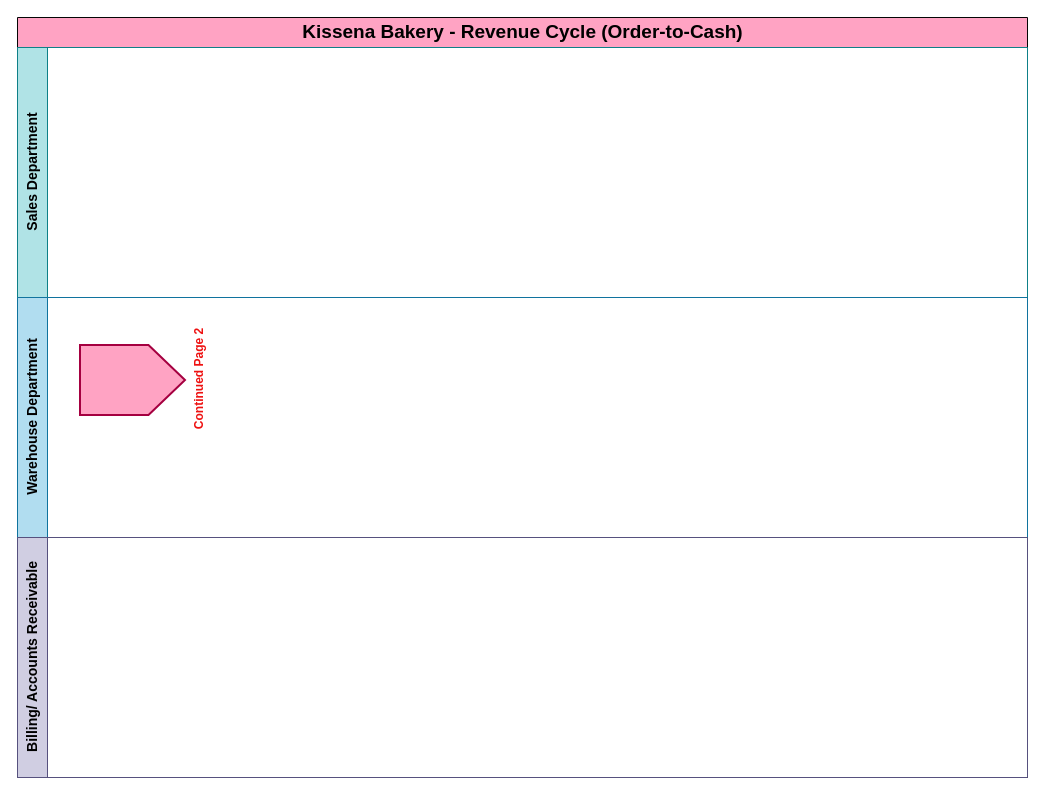
talyasharoni51-a11y/drawio keeps this draw.io diagram as page "Page-2" (2 of 2) of Revenue_Cycle_Controls.drawio. Above is the earlier version. Source tidied: cells renumbered, new cells numbered last; positions are measured from the earlier drawing's top-left corner, leaving out a move shared by most shapes. Both pictures are drawn from the tidied source at 100%, with x=0, y=0 at pixel (17, 17).
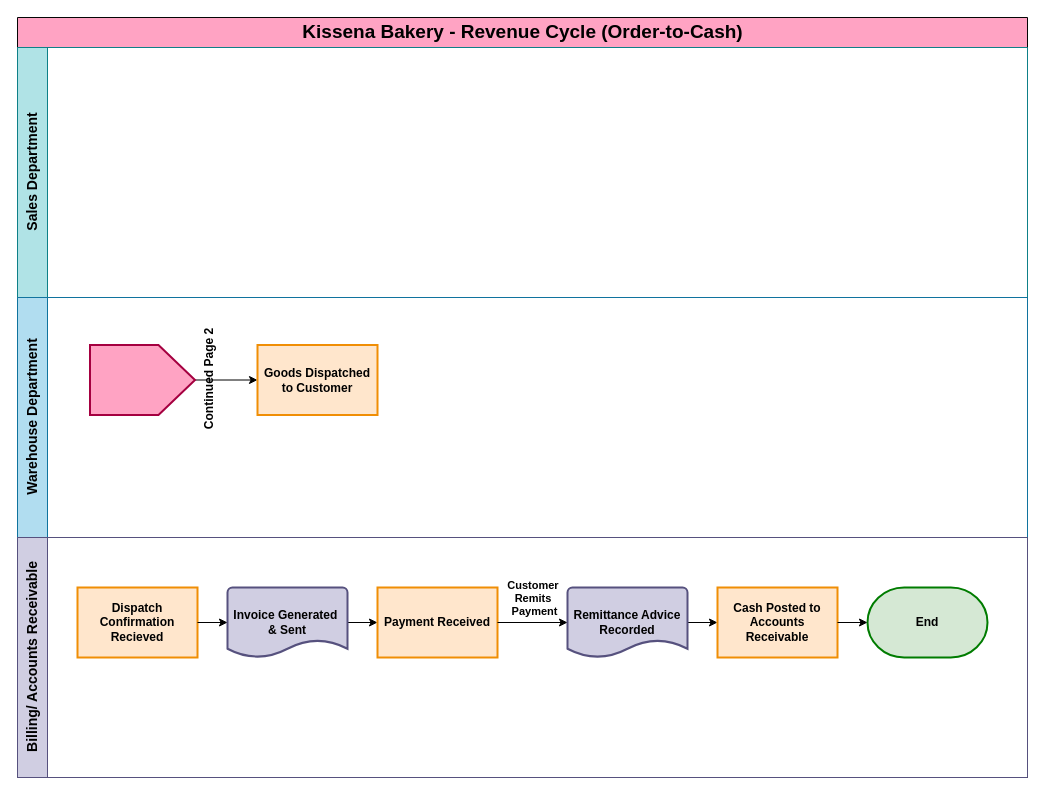
The same page after the edit.

The change refers to these unchanged cells:
```xml
<mxCell id="4" value="&lt;font style=&quot;font-size: 14px;&quot;&gt;Warehouse Department&lt;/font&gt;" style="swimlane;startSize=30;horizontal=0;html=1;fillColor=#b1ddf0;strokeColor=#10739e;" parent="2" vertex="1">
  <mxGeometry y="280" width="1010" height="240" as="geometry" />
</mxCell>
<mxCell id="6" value="&lt;font style=&quot;font-size: 14px;&quot;&gt;Billing/ Accounts Receivable&lt;/font&gt;" style="swimlane;startSize=30;horizontal=0;html=1;fillColor=#d0cee2;strokeColor=#56517e;" parent="2" vertex="1">
  <mxGeometry y="520" width="1010" height="240" as="geometry" />
</mxCell>
```

What changed in the source:
```diff
@@
+    <mxCell id="7" style="edgeStyle=orthogonalEdgeStyle;rounded=0;jettySize=auto;html=1;exitX=0.5;exitY=1;exitDx=0;exitDy=0;entryX=0;entryY=0.5;entryDx=0;entryDy=0;" parent="4" edge="1" source="5" target="8">
+      <mxGeometry relative="1" as="geometry" />
+    </mxCell>
-    <mxCell id="5" value="&lt;b&gt;&lt;font style=&quot;color: light-dark(rgb(238, 17, 17), rgb(237, 237, 237));&quot;&gt;Continued Page 2&lt;/font&gt;&lt;/b&gt;&lt;div&gt;&lt;br&gt;&lt;/div&gt;" style="verticalLabelPosition=bottom;verticalAlign=top;html=1;shape=offPageConnector;rounded=0;size=0.34782608695652173;rotation=-90;fillColor=light-dark(#ffa3c3, #ff90f3);fontColor=#ffffff;strokeColor=#A50040;strokeWidth=2;" parent="4" vertex="1">
-      <mxGeometry x="80" y="30" width="70" height="105" as="geometry" />
+    <mxCell id="5" value="&lt;b&gt;&lt;font style=&quot;color: rgb(0, 0, 0);&quot;&gt;Continued Page 2&lt;/font&gt;&lt;/b&gt;&lt;div&gt;&lt;br&gt;&lt;/div&gt;" style="verticalLabelPosition=bottom;verticalAlign=top;html=1;shape=offPageConnector;rounded=0;size=0.34782608695652173;rotation=-90;fillColor=light-dark(#ffa3c3, #ff90f3);fontColor=#ffffff;strokeColor=#A50040;strokeWidth=2;" parent="4" vertex="1">
+      <mxGeometry x="90" y="30" width="70" height="105" as="geometry" />
     </mxCell>
+    <mxCell id="8" value="&lt;b&gt;Goods Dispatched to Customer&lt;/b&gt;" style="html=1;dashed=0;whiteSpace=wrap;fillColor=#ffe6cc;strokeColor=light-dark(#f08e05, #996500);strokeWidth=2;" parent="4" vertex="1">
+      <mxGeometry x="240" y="47.5" width="120" height="70" as="geometry" />
+    </mxCell>
@@
+    <mxCell id="9" value="&lt;b&gt;Dispatch Confirmation Recieved&lt;/b&gt;" style="html=1;dashed=0;whiteSpace=wrap;fillColor=#ffe6cc;strokeColor=light-dark(#f08e05, #996500);strokeWidth=2;" parent="6" vertex="1">
+      <mxGeometry x="60" y="50" width="120" height="70" as="geometry" />
+    </mxCell>
+    <mxCell id="10" style="edgeStyle=orthogonalEdgeStyle;rounded=0;jettySize=auto;html=1;exitX=1;exitY=0.5;exitDx=0;exitDy=0;exitPerimeter=0;entryX=0;entryY=0.5;entryDx=0;entryDy=0;" parent="6" edge="1" source="11" target="12">
+      <mxGeometry relative="1" as="geometry" />
+    </mxCell>
+    <mxCell id="11" value="&lt;b&gt;Invoice Generated&amp;nbsp;&lt;/b&gt;&lt;div&gt;&lt;b&gt;&amp;amp; Sent&lt;/b&gt;&lt;/div&gt;" style="strokeWidth=2;html=1;shape=mxgraph.flowchart.document2;whiteSpace=wrap;size=0.25;fillColor=#d0cee2;strokeColor=#56517e;" parent="6" vertex="1">
+      <mxGeometry x="210" y="50" width="120" height="70" as="geometry" />
+    </mxCell>
+    <mxCell id="12" value="&lt;b&gt;Payment Received&lt;/b&gt;" style="html=1;dashed=0;whiteSpace=wrap;fillColor=#ffe6cc;strokeColor=light-dark(#f08e05, #996500);strokeWidth=2;" parent="6" vertex="1">
+      <mxGeometry x="360" y="50" width="120" height="70" as="geometry" />
+    </mxCell>
+    <mxCell id="13" style="edgeStyle=orthogonalEdgeStyle;rounded=0;jettySize=auto;html=1;exitX=1;exitY=0.5;exitDx=0;exitDy=0;exitPerimeter=0;entryX=0;entryY=0.5;entryDx=0;entryDy=0;" parent="6" edge="1" source="14" target="18">
+      <mxGeometry relative="1" as="geometry" />
+    </mxCell>
+    <mxCell id="14" value="&lt;b&gt;Remittance Advice Recorded&lt;/b&gt;" style="strokeWidth=2;html=1;shape=mxgraph.flowchart.document2;whiteSpace=wrap;size=0.25;fillColor=#d0cee2;strokeColor=#56517e;" parent="6" vertex="1">
+      <mxGeometry x="550" y="50" width="120" height="70" as="geometry" />
+    </mxCell>
+    <mxCell id="15" style="edgeStyle=orthogonalEdgeStyle;rounded=0;jettySize=auto;html=1;exitX=1;exitY=0.5;exitDx=0;exitDy=0;entryX=0;entryY=0.5;entryDx=0;entryDy=0;entryPerimeter=0;" parent="6" edge="1" source="12" target="14">
+      <mxGeometry relative="1" as="geometry" />
+    </mxCell>
+    <mxCell id="16" value="&lt;b&gt;Customer&amp;nbsp;&lt;/b&gt;&lt;div&gt;&lt;b&gt;Remits&amp;nbsp;&lt;/b&gt;&lt;/div&gt;&lt;div&gt;&lt;b&gt;Payment&lt;/b&gt;&lt;/div&gt;" style="edgeLabel;html=1;align=center;verticalAlign=middle;" parent="15" vertex="1">
+      <mxGeometry x="-0.24" y="-3" relative="1" as="geometry">
+        <mxPoint x="9" y="-28" as="offset" />
+      </mxGeometry>
+    </mxCell>
+    <mxCell id="17" style="edgeStyle=orthogonalEdgeStyle;rounded=0;jettySize=auto;html=1;exitX=1;exitY=0.5;exitDx=0;exitDy=0;entryX=0;entryY=0.5;entryDx=0;entryDy=0;entryPerimeter=0;" parent="6" edge="1" source="9" target="11">
+      <mxGeometry relative="1" as="geometry" />
+    </mxCell>
+    <mxCell id="18" value="&lt;b&gt;Cash Posted to Accounts Receivable&lt;/b&gt;" style="html=1;dashed=0;whiteSpace=wrap;fillColor=#ffe6cc;strokeColor=light-dark(#f08e05, #996500);strokeWidth=2;" parent="6" vertex="1">
+      <mxGeometry x="700" y="50" width="120" height="70" as="geometry" />
+    </mxCell>
+    <mxCell id="19" value="&lt;b&gt;End&lt;/b&gt;" style="strokeWidth=2;html=1;shape=mxgraph.flowchart.terminator;whiteSpace=wrap;fillColor=#d5e8d4;strokeColor=#007C00;" parent="6" vertex="1">
+      <mxGeometry x="850" y="50" width="120" height="70" as="geometry" />
+    </mxCell>
+    <mxCell id="20" style="edgeStyle=orthogonalEdgeStyle;rounded=0;jettySize=auto;html=1;exitX=1;exitY=0.5;exitDx=0;exitDy=0;entryX=0;entryY=0.5;entryDx=0;entryDy=0;entryPerimeter=0;" parent="6" edge="1" source="18" target="19">
+      <mxGeometry relative="1" as="geometry" />
+    </mxCell>
```
